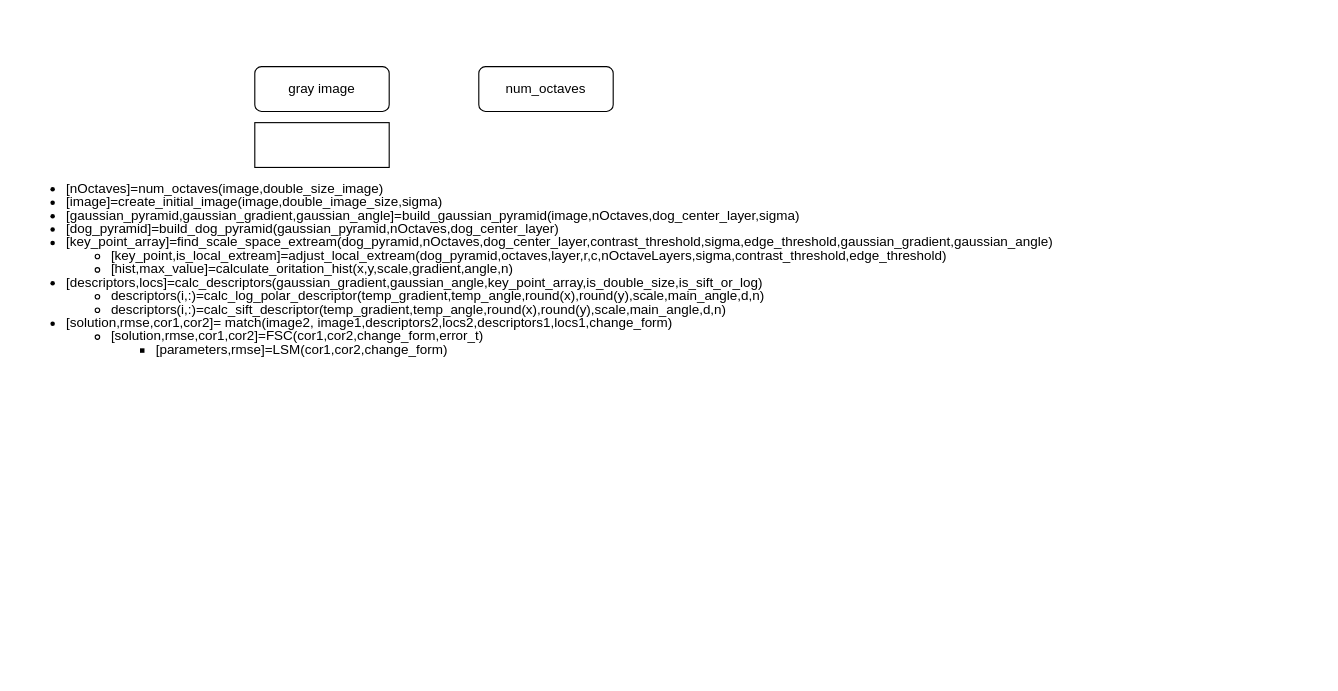
Earlier version of the draw.io diagram sift_orign.drawio (stidyhard/draw). Source tidied: cells renumbered, new cells numbered last; positions are measured from the earlier drawing's top-left corner, leaving out a move shared by most shapes. Both pictures are drawn from the tidied source at 112%, with x=0, y=0 at pixel (19, 66).
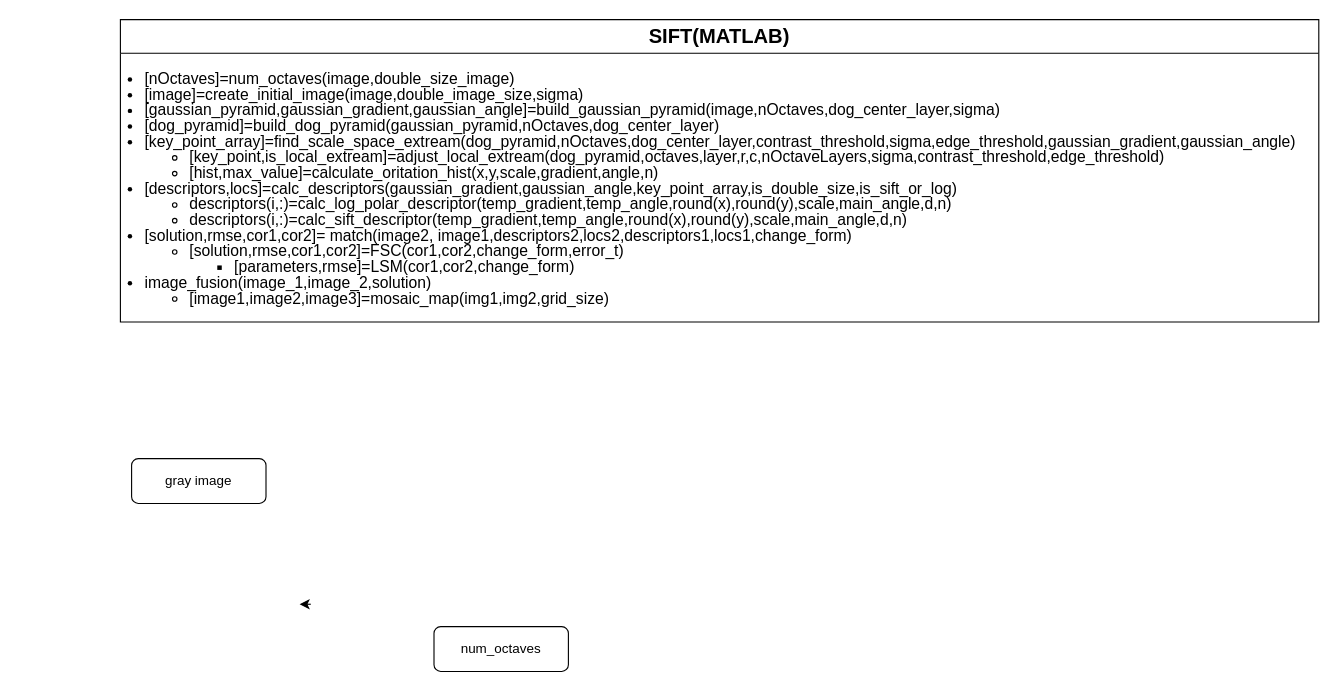
After the change.

What changed in the source:
```diff
@@
 <mxGraphModel>
   <root>
     <mxCell id="0" />
     <mxCell id="1" parent="0" />
     <mxCell id="2" value="gray image" style="rounded=1;whiteSpace=wrap;html=1;" parent="1" vertex="1">
-      <mxGeometry x="210" width="120" height="40" as="geometry" />
+      <mxGeometry x="100" y="350" width="120" height="40" as="geometry" />
     </mxCell>
     <mxCell id="3" value="num_octaves" style="rounded=1;whiteSpace=wrap;html=1;" parent="1" vertex="1">
-      <mxGeometry x="410" width="120" height="40" as="geometry" />
+      <mxGeometry x="370" y="500" width="120" height="40" as="geometry" />
     </mxCell>
-    <mxCell id="4" style="rounded=0;whiteSpace=wrap;html=1;" parent="1" vertex="1">
-      <mxGeometry x="210" y="50" width="120" height="40" as="geometry" />
-    </mxCell>
+    <mxCell id="6" style="edgeStyle=orthogonalEdgeStyle;rounded=0;orthogonalLoop=1;jettySize=auto;html=1;exitX=0.75;exitY=0;exitDx=0;exitDy=0;" parent="1" edge="1">
+      <mxGeometry relative="1" as="geometry">
+        <mxPoint x="260" y="480" as="sourcePoint" />
+        <mxPoint x="250" y="479.6" as="targetPoint" />
+      </mxGeometry>
+    </mxCell>
-    <mxCell id="5" value="&lt;ul style=&quot;line-height: 100%;&quot;&gt;&lt;li&gt;[nOctaves]=num_octaves(image,double_size_image)&lt;/li&gt;&lt;li&gt;[image]=create_initial_image(image,double_image_size,sigma)&lt;/li&gt;&lt;li&gt;[gaussian_pyramid,gaussian_gradient,gaussian_angle]=build_gaussian_pyramid(image,nOctaves,dog_center_layer,sigma)&lt;/li&gt;&lt;li&gt;[dog_pyramid]=build_dog_pyramid(gaussian_pyramid,nOctaves,dog_center_layer)&lt;/li&gt;&lt;li&gt;[key_point_array]=find_scale_space_extream(dog_pyramid,nOctaves,dog_center_layer,contrast_threshold,sigma,edge_threshold,gaussian_gradient,gaussian_angle)&lt;/li&gt;&lt;ul&gt;&lt;li&gt;[key_point,is_local_extream]=adjust_local_extream(dog_pyramid,octaves,layer,r,c,nOctaveLayers,sigma,contrast_threshold,edge_threshold)&lt;/li&gt;&lt;li&gt;[hist,max_value]=calculate_oritation_hist(x,y,scale,gradient,angle,n)&lt;/li&gt;&lt;/ul&gt;&lt;li&gt;[descriptors,locs]=calc_descriptors(gaussian_gradient,gaussian_angle,key_point_array,is_double_size,is_sift_or_log)&lt;/li&gt;&lt;ul&gt;&lt;li&gt;descriptors(i,:)=calc_log_polar_descriptor(temp_gradient,temp_angle,round(x),round(y),scale,main_angle,d,n)&lt;/li&gt;&lt;li&gt;descriptors(i,:)=calc_sift_descriptor(temp_gradient,temp_angle,round(x),round(y),scale,main_angle,d,n)&lt;/li&gt;&lt;/ul&gt;&lt;li&gt;[solution,rmse,cor1,cor2]= match(image2, image1,descriptors2,locs2,descriptors1,locs1,change_form)&lt;/li&gt;&lt;ul&gt;&lt;li&gt;[solution,rmse,cor1,cor2]=FSC(cor1,cor2,change_form,error_t)&lt;br&gt;&lt;/li&gt;&lt;ul&gt;&lt;li&gt;[parameters,rmse]=LSM(cor1,cor2,change_form)&lt;br&gt;&lt;/li&gt;&lt;/ul&gt;&lt;/ul&gt;&lt;/ul&gt;" style="text;html=1;align=left;verticalAlign=middle;whiteSpace=wrap;rounded=0;" parent="1" vertex="1">
-      <mxGeometry y="140" width="970" height="80" as="geometry" />
+    <mxCell id="5" value="&lt;ul style=&quot;line-height: 100%; font-size: 14px;&quot;&gt;&lt;li&gt;[nOctaves]=num_octaves(image,double_size_image)&lt;/li&gt;&lt;li&gt;[image]=create_initial_image(image,double_image_size,sigma)&lt;/li&gt;&lt;li&gt;[gaussian_pyramid,gaussian_gradient,gaussian_angle]=build_gaussian_pyramid(image,nOctaves,dog_center_layer,sigma)&lt;/li&gt;&lt;li&gt;[dog_pyramid]=build_dog_pyramid(gaussian_pyramid,nOctaves,dog_center_layer)&lt;/li&gt;&lt;li&gt;[key_point_array]=find_scale_space_extream(dog_pyramid,nOctaves,dog_center_layer,contrast_threshold,sigma,edge_threshold,gaussian_gradient,gaussian_angle)&lt;/li&gt;&lt;ul&gt;&lt;li&gt;[key_point,is_local_extream]=adjust_local_extream(dog_pyramid,octaves,layer,r,c,nOctaveLayers,sigma,contrast_threshold,edge_threshold)&lt;/li&gt;&lt;li&gt;[hist,max_value]=calculate_oritation_hist(x,y,scale,gradient,angle,n)&lt;/li&gt;&lt;/ul&gt;&lt;li&gt;[descriptors,locs]=calc_descriptors(gaussian_gradient,gaussian_angle,key_point_array,is_double_size,is_sift_or_log)&lt;/li&gt;&lt;ul&gt;&lt;li&gt;descriptors(i,:)=calc_log_polar_descriptor(temp_gradient,temp_angle,round(x),round(y),scale,main_angle,d,n)&lt;/li&gt;&lt;li&gt;descriptors(i,:)=calc_sift_descriptor(temp_gradient,temp_angle,round(x),round(y),scale,main_angle,d,n)&lt;/li&gt;&lt;/ul&gt;&lt;li&gt;[solution,rmse,cor1,cor2]= match(image2, image1,descriptors2,locs2,descriptors1,locs1,change_form)&lt;/li&gt;&lt;ul&gt;&lt;li&gt;[solution,rmse,cor1,cor2]=FSC(cor1,cor2,change_form,error_t)&lt;br&gt;&lt;/li&gt;&lt;ul&gt;&lt;li&gt;[parameters,rmse]=LSM(cor1,cor2,change_form)&lt;br&gt;&lt;/li&gt;&lt;/ul&gt;&lt;/ul&gt;&lt;li&gt;image_fusion(image_1,image_2,solution)&lt;br&gt;&lt;/li&gt;&lt;ul&gt;&lt;li&gt;[image1,image2,image3]=mosaic_map(img1,img2,grid_size)&lt;br&gt;&lt;/li&gt;&lt;/ul&gt;&lt;/ul&gt;" style="text;html=1;align=left;verticalAlign=middle;whiteSpace=wrap;rounded=0;" parent="1" vertex="1">
+      <mxGeometry x="70" y="68" width="970" height="80" as="geometry" />
     </mxCell>
+    <mxCell id="7" value="&lt;font style=&quot;font-size: 18px;&quot;&gt;SIFT(MATLAB)&lt;/font&gt;" style="swimlane;whiteSpace=wrap;html=1;startSize=30;" parent="1" vertex="1">
+      <mxGeometry x="90" y="-42" width="1070" height="270" as="geometry" />
+    </mxCell>
   </root>
 </mxGraphModel>
```
